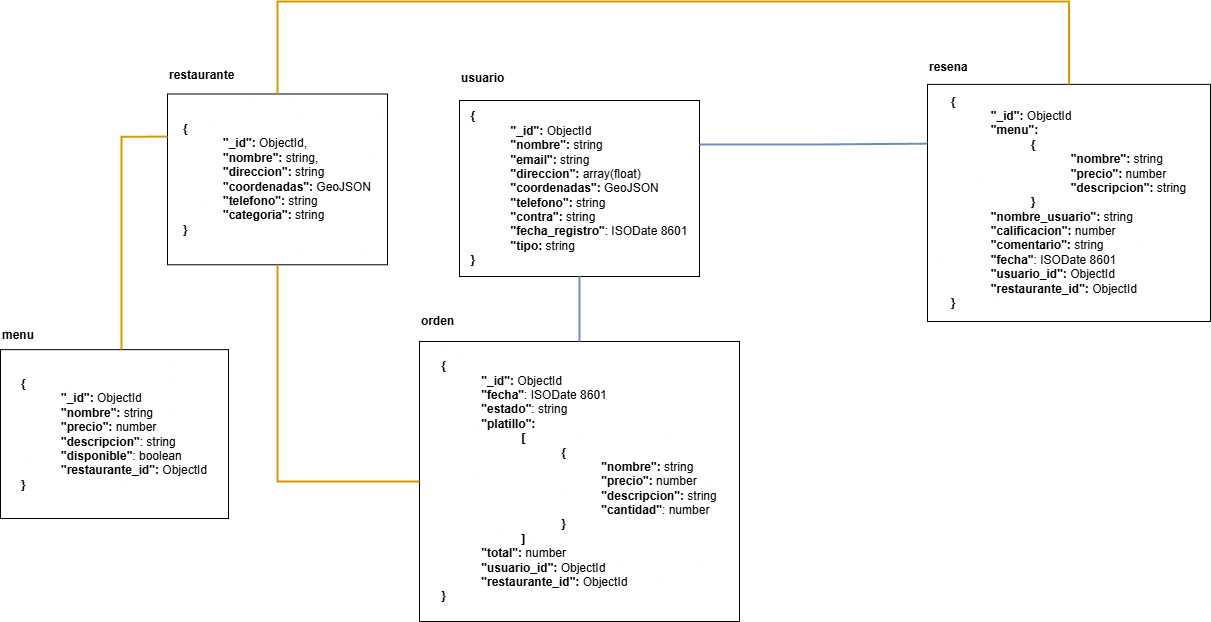
Earlier version of the draw.io export proyecto2/images/diagrama_final.png (donmatthiuz/BasedeDato2). Source tidied: cells renumbered, new cells last; positions are measured from the earlier drawing's top-left corner, leaving out a move shared by most shapes.
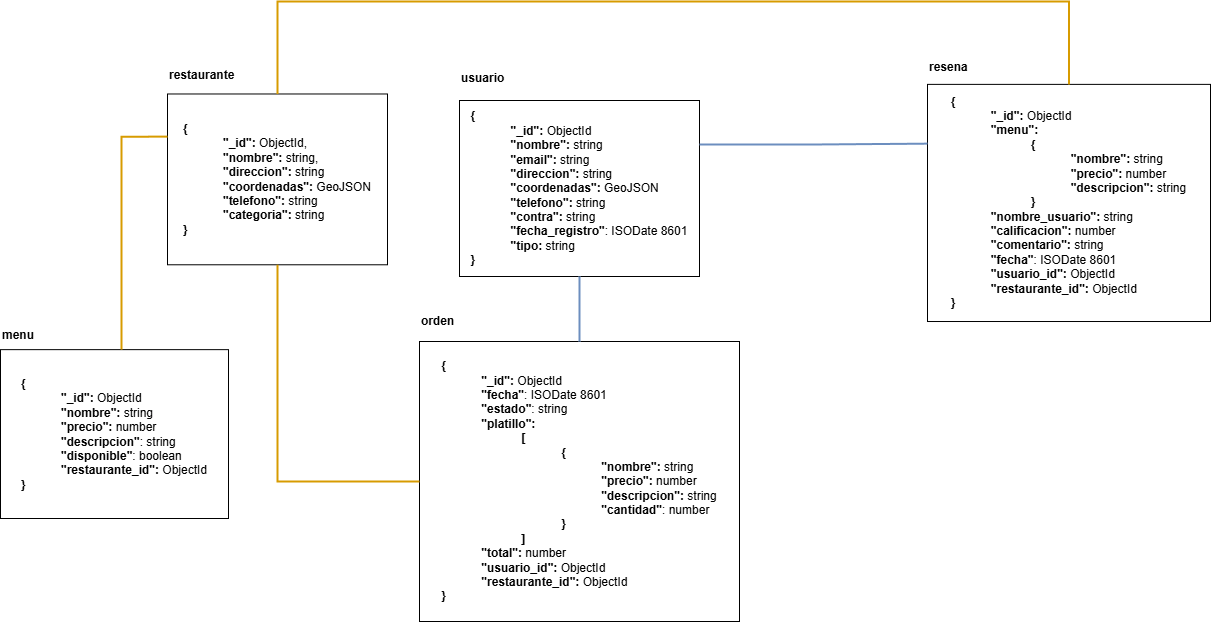
The same diagram one commit later.

Change to the diagram source:
```diff
@@ -17,7 +17,7 @@
     <mxCell id="6" value="usuario" style="text;html=1;align=left;verticalAlign=middle;whiteSpace=wrap;rounded=0;fontFamily=Helvetica;fontSize=12;fontColor=default;fontStyle=1;" parent="5" vertex="1">
       <mxGeometry width="80" height="44" as="geometry" />
     </mxCell>
-    <mxCell id="7" value="&lt;div style=&quot;text-align: left; padding-top: 0px; padding-right: 50px;&quot;&gt;&lt;b&gt;{&lt;/b&gt;&lt;/div&gt;&lt;blockquote style=&quot;margin: 0 0 0 40px; border: none; padding: 0px;&quot;&gt;&lt;div style=&quot;text-align: left; padding-top: 0px; padding-right: 50px;&quot;&gt;&lt;b&gt;&quot;_id&quot;:&lt;/b&gt; ObjectId&lt;/div&gt;&lt;div style=&quot;text-align: left;&quot;&gt;&lt;b&gt;&quot;nombre&quot;:&lt;/b&gt; string&lt;/div&gt;&lt;div style=&quot;text-align: left; padding-top: 0px; padding-right: 0px;&quot;&gt;&lt;b&gt;&quot;email&quot;:&lt;/b&gt; string&lt;/div&gt;&lt;div style=&quot;text-align: left;&quot;&gt;&lt;b&gt;&quot;direccion&quot;:&lt;/b&gt; array(float)&lt;/div&gt;&lt;div style=&quot;text-align: left;&quot;&gt;&lt;b&gt;&quot;coordenadas&quot;:&lt;/b&gt;&amp;nbsp;GeoJSON&lt;/div&gt;&lt;div style=&quot;text-align: left;&quot;&gt;&lt;b&gt;&quot;telefono&quot;:&lt;/b&gt; string&lt;/div&gt;&lt;div style=&quot;text-align: left;&quot;&gt;&lt;b&gt;&quot;contra&quot;:&lt;/b&gt; string&lt;/div&gt;&lt;div style=&quot;text-align: left;&quot;&gt;&lt;b&gt;&quot;fecha_registro&quot;&lt;/b&gt;: ISODate 8601&lt;/div&gt;&lt;div style=&quot;text-align: left;&quot;&gt;&lt;b&gt;&quot;tipo:&lt;/b&gt; string&lt;/div&gt;&lt;/blockquote&gt;&lt;div style=&quot;text-align: left;&quot;&gt;&lt;span style=&quot;background-color: transparent; color: light-dark(rgb(0, 0, 0), rgb(255, 255, 255));&quot;&gt;&lt;b&gt;}&lt;/b&gt;&lt;/span&gt;&lt;/div&gt;" style="text;html=1;align=center;verticalAlign=middle;whiteSpace=wrap;rounded=0;strokeColor=default;fillColor=default;glass=0;" parent="5" vertex="1">
+    <mxCell id="7" value="&lt;div style=&quot;text-align: left; padding-top: 0px; padding-right: 50px;&quot;&gt;&lt;b&gt;{&lt;/b&gt;&lt;/div&gt;&lt;blockquote style=&quot;margin: 0 0 0 40px; border: none; padding: 0px;&quot;&gt;&lt;div style=&quot;text-align: left; padding-top: 0px; padding-right: 50px;&quot;&gt;&lt;b&gt;&quot;_id&quot;:&lt;/b&gt; ObjectId&lt;/div&gt;&lt;div style=&quot;text-align: left;&quot;&gt;&lt;b&gt;&quot;nombre&quot;:&lt;/b&gt; string&lt;/div&gt;&lt;div style=&quot;text-align: left; padding-top: 0px; padding-right: 0px;&quot;&gt;&lt;b&gt;&quot;email&quot;:&lt;/b&gt; string&lt;/div&gt;&lt;div style=&quot;text-align: left;&quot;&gt;&lt;b&gt;&quot;direccion&quot;:&lt;/b&gt; string&lt;/div&gt;&lt;div style=&quot;text-align: left;&quot;&gt;&lt;b&gt;&quot;coordenadas&quot;:&lt;/b&gt;&amp;nbsp;GeoJSON&lt;/div&gt;&lt;div style=&quot;text-align: left;&quot;&gt;&lt;b&gt;&quot;telefono&quot;:&lt;/b&gt; string&lt;/div&gt;&lt;div style=&quot;text-align: left;&quot;&gt;&lt;b&gt;&quot;contra&quot;:&lt;/b&gt; string&lt;/div&gt;&lt;div style=&quot;text-align: left;&quot;&gt;&lt;b&gt;&quot;fecha_registro&quot;&lt;/b&gt;: ISODate 8601&lt;/div&gt;&lt;div style=&quot;text-align: left;&quot;&gt;&lt;b&gt;&quot;tipo:&lt;/b&gt; string&lt;/div&gt;&lt;/blockquote&gt;&lt;div style=&quot;text-align: left;&quot;&gt;&lt;span style=&quot;background-color: transparent; color: light-dark(rgb(0, 0, 0), rgb(255, 255, 255));&quot;&gt;&lt;b&gt;}&lt;/b&gt;&lt;/span&gt;&lt;/div&gt;" style="text;html=1;align=center;verticalAlign=middle;whiteSpace=wrap;rounded=0;strokeColor=default;fillColor=default;glass=0;" parent="5" vertex="1">
       <mxGeometry y="44" width="240" height="176" as="geometry" />
     </mxCell>
     <mxCell id="8" style="group;" parent="1" vertex="1">
```
